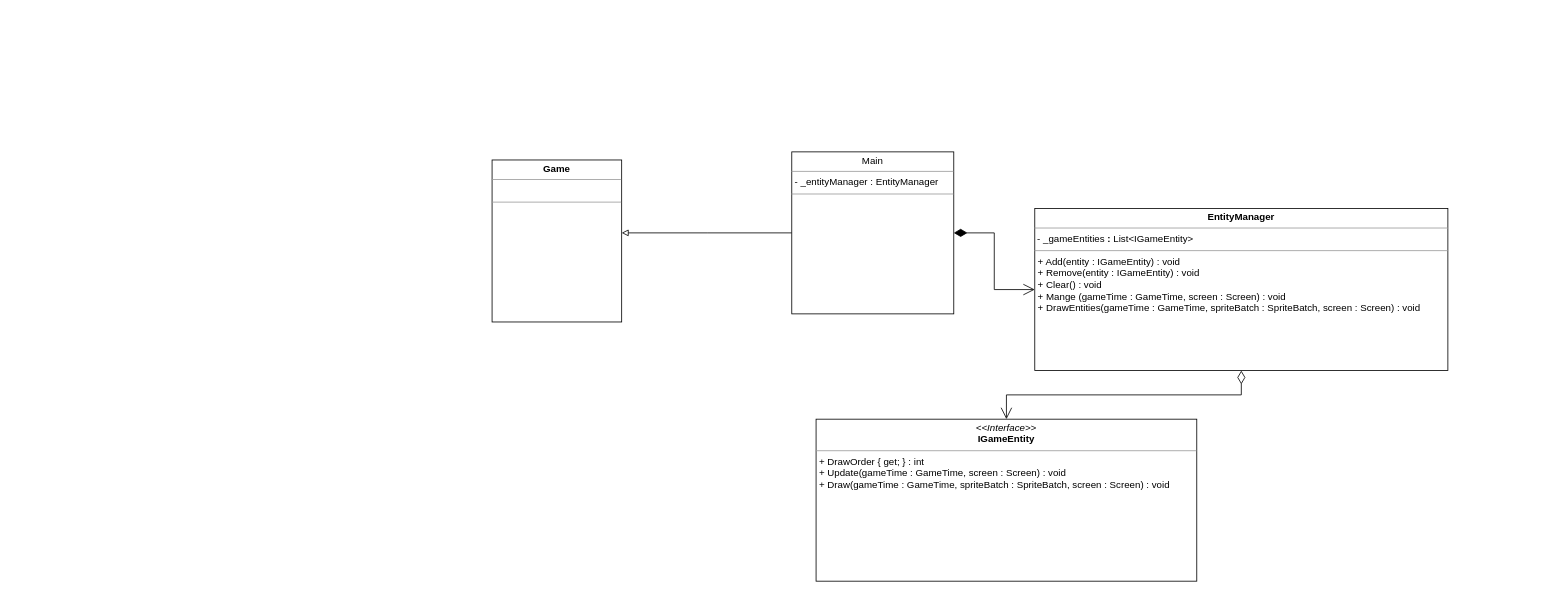
Above: Diagram.drawio in Ycalk/Confinement (draw.io), before the change. Source tidied: cells renumbered, new cells numbered last; positions are measured from the earlier drawing's top-left corner, leaving out a move shared by most shapes. Both pictures are drawn from the tidied source at 81%, with x=0, y=0 at pixel (492, 151).
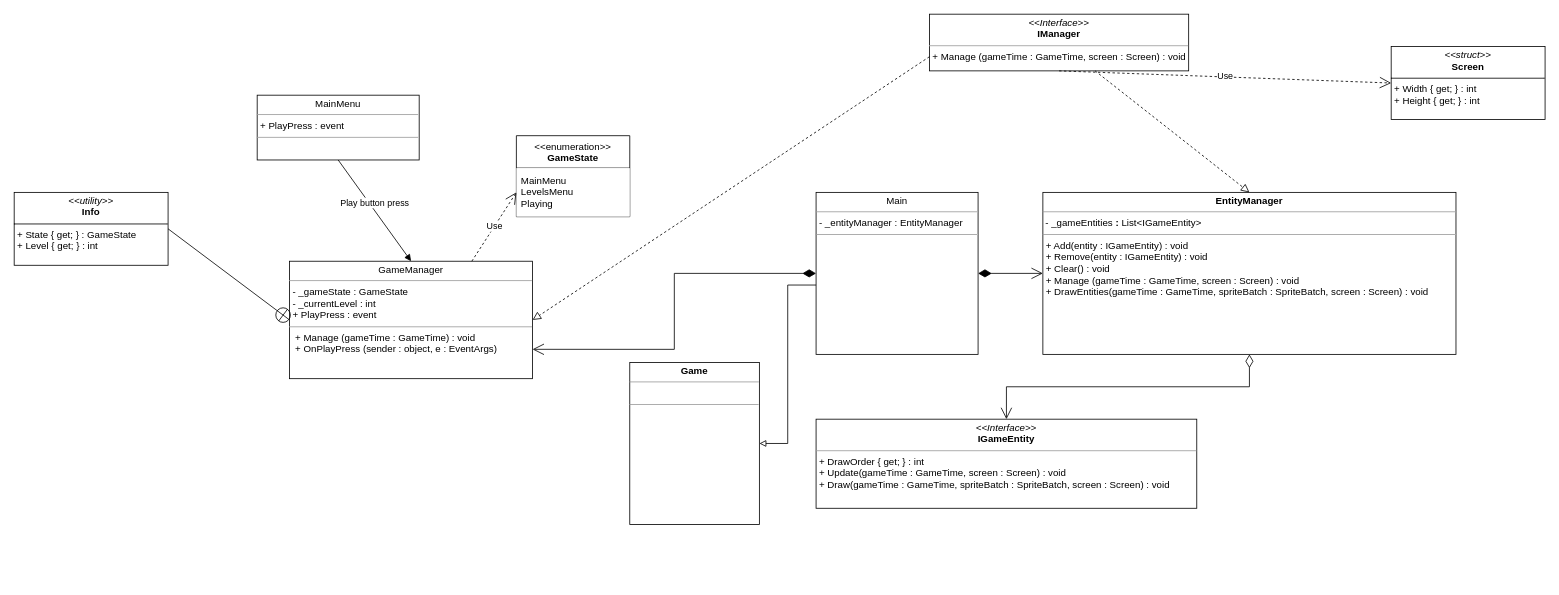
Above is the later version.

Change to the diagram source:
```diff
@@
     <mxCell id="2" value="&lt;p style=&quot;margin:0px;margin-top:4px;text-align:center;&quot;&gt;&lt;i&gt;&amp;lt;&amp;lt;Interface&amp;gt;&amp;gt;&lt;/i&gt;&lt;br&gt;&lt;b&gt;IGameEntity&lt;/b&gt;&lt;/p&gt;&lt;hr size=&quot;1&quot;&gt;&lt;p style=&quot;margin:0px;margin-left:4px;&quot;&gt;+ DrawOrder { get; } : int&lt;/p&gt;&lt;p style=&quot;margin:0px;margin-left:4px;&quot;&gt;+ Update(gameTime : GameTime, screen : Screen) : void&lt;/p&gt;&lt;p style=&quot;margin:0px;margin-left:4px;&quot;&gt;+ Draw(gameTime : GameTime, spriteBatch : SpriteBatch, screen : Screen) : void&lt;/p&gt;" style="verticalAlign=top;align=left;overflow=fill;fontSize=12;fontFamily=Helvetica;html=1;whiteSpace=wrap;" parent="1" vertex="1">
-      <mxGeometry x="400" y="330" width="470" height="200" as="geometry" />
+      <mxGeometry x="400" y="330" width="470" height="110" as="geometry" />
     </mxCell>
-    <mxCell id="3" style="edgeStyle=orthogonalEdgeStyle;rounded=0;jettySize=auto;html=1;endArrow=block;endFill=0;entryX=1;entryY=0.5;entryDx=0;entryDy=0;" parent="1" edge="1" source="4">
-      <mxGeometry relative="1" as="geometry">
-        <mxPoint x="160" y="100" as="targetPoint" />
-      </mxGeometry>
+    <mxCell id="3" style="edgeStyle=orthogonalEdgeStyle;rounded=0;jettySize=auto;html=1;endArrow=block;endFill=0;entryX=1;entryY=0.5;entryDx=0;entryDy=0;exitX=0.012;exitY=0.572;exitDx=0;exitDy=0;exitPerimeter=0;" parent="1" edge="1" source="4" target="5">
+      <mxGeometry relative="1" as="geometry" />
     </mxCell>
     <mxCell id="4" value="&lt;p style=&quot;margin:0px;margin-top:4px;text-align:center;&quot;&gt;Main&lt;br&gt;&lt;/p&gt;&lt;hr size=&quot;1&quot;&gt;&lt;p style=&quot;margin:0px;margin-left:4px;&quot;&gt;- _entityManager : EntityManager&lt;/p&gt;&lt;hr size=&quot;1&quot;&gt;&lt;p style=&quot;margin:0px;margin-left:4px;&quot;&gt;&amp;nbsp;&lt;/p&gt;" style="verticalAlign=top;align=left;overflow=fill;fontSize=12;fontFamily=Helvetica;html=1;whiteSpace=wrap;" parent="1" vertex="1">
-      <mxGeometry x="370" width="200" height="200" as="geometry" />
+      <mxGeometry x="400" y="50" width="200" height="200" as="geometry" />
     </mxCell>
     <mxCell id="5" value="&lt;p style=&quot;margin:0px;margin-top:4px;text-align:center;&quot;&gt;&lt;b&gt;Game&lt;/b&gt;&lt;/p&gt;&lt;hr size=&quot;1&quot;&gt;&lt;p style=&quot;margin:0px;margin-left:4px;&quot;&gt;&amp;nbsp;&lt;/p&gt;&lt;hr size=&quot;1&quot;&gt;&lt;p style=&quot;margin:0px;margin-left:4px;&quot;&gt;&amp;nbsp;&lt;/p&gt;" style="verticalAlign=top;align=left;overflow=fill;fontSize=12;fontFamily=Helvetica;html=1;whiteSpace=wrap;" parent="1" vertex="1">
-      <mxGeometry y="10" width="160" height="200" as="geometry" />
+      <mxGeometry x="170" y="260" width="160" height="200" as="geometry" />
     </mxCell>
-    <mxCell id="6" value="&lt;p style=&quot;margin:0px;margin-top:4px;text-align:center;&quot;&gt;&lt;b&gt;EntityManager&lt;/b&gt;&lt;/p&gt;&lt;hr size=&quot;1&quot;&gt;&lt;p style=&quot;margin:0px;margin-left:4px;&quot;&gt;&lt;/p&gt;&lt;b style=&quot;border-color: var(--border-color); text-align: center;&quot;&gt;&amp;nbsp;&lt;/b&gt;&lt;span style=&quot;border-color: var(--border-color); text-align: center;&quot;&gt;- &lt;/span&gt;&lt;span style=&quot;border-color: var(--border-color); text-align: center;&quot;&gt;_gameEntities &lt;/span&gt;&lt;b style=&quot;border-color: var(--border-color); text-align: center;&quot;&gt;: &lt;/b&gt;&lt;span style=&quot;border-color: var(--border-color); text-align: center;&quot;&gt;List&amp;lt;IGameEntity&amp;gt;&lt;br&gt;&lt;/span&gt;&lt;hr size=&quot;1&quot;&gt;&lt;p style=&quot;margin:0px;margin-left:4px;&quot;&gt;+ Add(entity : IGameEntity) : void&lt;/p&gt;&lt;p style=&quot;margin:0px;margin-left:4px;&quot;&gt;+ Remove(entity : IGameEntity) : void&lt;/p&gt;&lt;p style=&quot;margin:0px;margin-left:4px;&quot;&gt;+ Clear() : void&lt;/p&gt;&lt;p style=&quot;margin:0px;margin-left:4px;&quot;&gt;+ Mange (gameTime : GameTime, screen : Screen) : void&lt;/p&gt;&lt;p style=&quot;margin:0px;margin-left:4px;&quot;&gt;+ DrawEntities(gameTime : GameTime, spriteBatch : SpriteBatch, screen : Screen) : void&lt;/p&gt;" style="verticalAlign=top;align=left;overflow=fill;fontSize=12;fontFamily=Helvetica;html=1;whiteSpace=wrap;" parent="1" vertex="1">
-      <mxGeometry x="670" y="70" width="510" height="200" as="geometry" />
+    <mxCell id="6" value="&lt;p style=&quot;margin:0px;margin-top:4px;text-align:center;&quot;&gt;&lt;b&gt;EntityManager&lt;/b&gt;&lt;/p&gt;&lt;hr size=&quot;1&quot;&gt;&lt;p style=&quot;margin:0px;margin-left:4px;&quot;&gt;&lt;/p&gt;&lt;b style=&quot;border-color: var(--border-color); text-align: center;&quot;&gt;&amp;nbsp;&lt;/b&gt;&lt;span style=&quot;border-color: var(--border-color); text-align: center;&quot;&gt;- &lt;/span&gt;&lt;span style=&quot;border-color: var(--border-color); text-align: center;&quot;&gt;_gameEntities &lt;/span&gt;&lt;b style=&quot;border-color: var(--border-color); text-align: center;&quot;&gt;: &lt;/b&gt;&lt;span style=&quot;border-color: var(--border-color); text-align: center;&quot;&gt;List&amp;lt;IGameEntity&amp;gt;&lt;br&gt;&lt;/span&gt;&lt;hr size=&quot;1&quot;&gt;&lt;p style=&quot;margin:0px;margin-left:4px;&quot;&gt;+ Add(entity : IGameEntity) : void&lt;/p&gt;&lt;p style=&quot;margin:0px;margin-left:4px;&quot;&gt;+ Remove(entity : IGameEntity) : void&lt;/p&gt;&lt;p style=&quot;margin:0px;margin-left:4px;&quot;&gt;+ Clear() : void&lt;/p&gt;&lt;p style=&quot;margin:0px;margin-left:4px;&quot;&gt;+ Manage (gameTime : GameTime, screen : Screen) : void&lt;/p&gt;&lt;p style=&quot;margin:0px;margin-left:4px;&quot;&gt;+ DrawEntities(gameTime : GameTime, spriteBatch : SpriteBatch, screen : Screen) : void&lt;/p&gt;" style="verticalAlign=top;align=left;overflow=fill;fontSize=12;fontFamily=Helvetica;html=1;whiteSpace=wrap;" parent="1" vertex="1">
+      <mxGeometry x="680" y="50" width="510" height="200" as="geometry" />
     </mxCell>
@@
+    <mxCell id="9" value="&amp;lt;&amp;lt;enumeration&amp;gt;&amp;gt;&lt;br&gt;&lt;b&gt;GameState&lt;/b&gt;" style="swimlane;fontStyle=0;align=center;verticalAlign=top;horizontal=1;startSize=40;html=1;whiteSpace=wrap;" parent="1" vertex="1">
+      <mxGeometry x="30" y="-20" width="140" height="100" as="geometry" />
+    </mxCell>
+    <mxCell id="10" value="MainMenu&lt;div&gt;LevelsMenu&lt;/div&gt;&lt;div&gt;Playing&lt;/div&gt;" style="text;html=1;align=left;verticalAlign=middle;spacingLeft=4;spacingRight=4;overflow=hidden;points=[[0,0.5],[1,0.5]];portConstraint=eastwest;whiteSpace=wrap;fillColor=default;" parent="9" vertex="1">
+      <mxGeometry y="40" width="140" height="60" as="geometry" />
+    </mxCell>
+    <mxCell id="11" value="&lt;p style=&quot;margin:0px;margin-top:4px;text-align:center;&quot;&gt;&lt;i&gt;&amp;lt;&amp;lt;utility&amp;gt;&amp;gt;&lt;/i&gt;&lt;br&gt;&lt;b&gt;Info&lt;/b&gt;&lt;/p&gt;&lt;hr size=&quot;1&quot; style=&quot;border-style:solid;&quot;&gt;&lt;p style=&quot;margin:0px;margin-left:4px;&quot;&gt;+ State { get; } : GameState&lt;br&gt;+ Level { get; } : int&lt;/p&gt;&lt;p style=&quot;margin:0px;margin-left:4px;&quot;&gt;&lt;br&gt;&lt;/p&gt;" style="verticalAlign=top;align=left;overflow=fill;html=1;whiteSpace=wrap;" parent="1" vertex="1">
+      <mxGeometry x="-590" y="50" width="190" height="90" as="geometry" />
+    </mxCell>
+    <mxCell id="12" value="&lt;p style=&quot;margin:0px;margin-top:4px;text-align:center;&quot;&gt;GameManager&lt;/p&gt;&lt;hr size=&quot;1&quot;&gt;&lt;p style=&quot;margin:0px;margin-left:4px;&quot;&gt;- _gameState : GameState&lt;/p&gt;&lt;p style=&quot;margin:0px;margin-left:4px;&quot;&gt;- _currentLevel : int&lt;/p&gt;&lt;p style=&quot;margin:0px;margin-left:4px;&quot;&gt;+ PlayPress : event&lt;/p&gt;&lt;hr size=&quot;1&quot;&gt;&lt;p style=&quot;margin:0px;margin-left:4px;&quot;&gt;&amp;nbsp;+ Manage (gameTime : GameTime) : void&lt;/p&gt;&lt;p style=&quot;margin:0px;margin-left:4px;&quot;&gt;&amp;nbsp;+ OnPlayPress (sender : object, e : EventArgs)&lt;/p&gt;" style="verticalAlign=top;align=left;overflow=fill;fontSize=12;fontFamily=Helvetica;html=1;whiteSpace=wrap;" parent="1" vertex="1">
+      <mxGeometry x="-250" y="135" width="300" height="145" as="geometry" />
+    </mxCell>
+    <mxCell id="13" style="endArrow=circlePlus;startArrow=none;endFill=0;startFill=0;endSize=8;html=1;labelBackgroundColor=none;rounded=0;exitX=1;exitY=0.5;exitDx=0;exitDy=0;entryX=0;entryY=0.5;entryDx=0;entryDy=0;" parent="1" edge="1" source="11" target="12">
+      <mxGeometry relative="1" as="geometry" />
+    </mxCell>
+    <mxCell id="14" style="endArrow=open;html=1;endSize=12;startArrow=diamondThin;startSize=14;startFill=1;edgeStyle=orthogonalEdgeStyle;align=left;verticalAlign=bottom;rounded=0;entryX=1;entryY=0.75;entryDx=0;entryDy=0;exitX=0;exitY=0.5;exitDx=0;exitDy=0;" parent="1" edge="1" source="4" target="12">
+      <mxGeometry x="-0.93" y="-10" relative="1" as="geometry" />
+    </mxCell>
+    <mxCell id="15" value="&lt;p style=&quot;margin:0px;margin-top:4px;text-align:center;&quot;&gt;&lt;i&gt;&amp;lt;&amp;lt;Interface&amp;gt;&amp;gt;&lt;/i&gt;&lt;br&gt;&lt;b&gt;IManager&lt;/b&gt;&lt;/p&gt;&lt;hr size=&quot;1&quot;&gt;&lt;p style=&quot;margin:0px;margin-left:4px;&quot;&gt;+ Manage (gameTime : GameTime, screen : Screen) : void&lt;/p&gt;" style="verticalAlign=top;align=left;overflow=fill;fontSize=12;fontFamily=Helvetica;html=1;whiteSpace=wrap;" parent="1" vertex="1">
+      <mxGeometry x="540" y="-170" width="320" height="70" as="geometry" />
+    </mxCell>
+    <mxCell id="16" style="endArrow=block;startArrow=none;endFill=0;startFill=0;endSize=8;html=1;verticalAlign=bottom;dashed=1;labelBackgroundColor=none;rounded=0;entryX=0.5;entryY=0;entryDx=0;entryDy=0;" parent="1" edge="1" source="15" target="6">
+      <mxGeometry relative="1" as="geometry" />
+    </mxCell>
+    <mxCell id="17" style="endArrow=block;startArrow=none;endFill=0;startFill=0;endSize=8;html=1;verticalAlign=bottom;dashed=1;labelBackgroundColor=none;rounded=0;entryX=1;entryY=0.5;entryDx=0;entryDy=0;exitX=0;exitY=0.75;exitDx=0;exitDy=0;" parent="1" edge="1" source="15" target="12">
+      <mxGeometry relative="1" as="geometry" />
+    </mxCell>
+    <mxCell id="18" value="&lt;p style=&quot;margin:0px;margin-top:4px;text-align:center;&quot;&gt;&lt;i&gt;&amp;lt;&amp;lt;struct&amp;gt;&amp;gt;&lt;/i&gt;&lt;br&gt;&lt;b&gt;Screen&lt;/b&gt;&lt;/p&gt;&lt;hr size=&quot;1&quot; style=&quot;border-style:solid;&quot;&gt;&lt;p style=&quot;margin:0px;margin-left:4px;&quot;&gt;+ Width { get; } : int&lt;br&gt;+ Height { get; } : int&lt;/p&gt;" style="verticalAlign=top;align=left;overflow=fill;html=1;whiteSpace=wrap;" parent="1" vertex="1">
+      <mxGeometry x="1110" y="-130" width="190" height="90" as="geometry" />
+    </mxCell>
+    <mxCell id="19" value="Use" style="endArrow=open;endSize=12;dashed=1;html=1;rounded=0;exitX=0.5;exitY=1;exitDx=0;exitDy=0;entryX=0;entryY=0.5;entryDx=0;entryDy=0;" parent="1" edge="1" source="15" target="18">
+      <mxGeometry relative="1" as="geometry" />
+    </mxCell>
+    <mxCell id="20" value="Use" style="endArrow=open;endSize=12;dashed=1;html=1;rounded=0;entryX=0;entryY=0.5;entryDx=0;entryDy=0;exitX=0.75;exitY=0;exitDx=0;exitDy=0;" parent="1" edge="1" source="12" target="10">
+      <mxGeometry relative="1" as="geometry" />
+    </mxCell>
+    <mxCell id="21" value="&lt;p style=&quot;margin:0px;margin-top:4px;text-align:center;&quot;&gt;MainMenu&lt;br&gt;&lt;/p&gt;&lt;hr size=&quot;1&quot;&gt;&lt;p style=&quot;margin:0px;margin-left:4px;&quot;&gt;+&amp;nbsp;PlayPress : event&lt;/p&gt;&lt;hr size=&quot;1&quot;&gt;&lt;p style=&quot;margin:0px;margin-left:4px;&quot;&gt;&amp;nbsp;&lt;/p&gt;" style="verticalAlign=top;align=left;overflow=fill;fontSize=12;fontFamily=Helvetica;html=1;whiteSpace=wrap;" parent="1" vertex="1">
+      <mxGeometry x="-290" y="-70" width="200" height="80" as="geometry" />
+    </mxCell>
+    <mxCell id="22" value="Play button press" style="html=1;verticalAlign=bottom;endArrow=block;curved=0;rounded=0;exitX=0.5;exitY=1;exitDx=0;exitDy=0;entryX=0.5;entryY=0;entryDx=0;entryDy=0;" parent="1" edge="1" source="21" target="12">
+      <mxGeometry relative="1" as="geometry" />
+    </mxCell>
```
